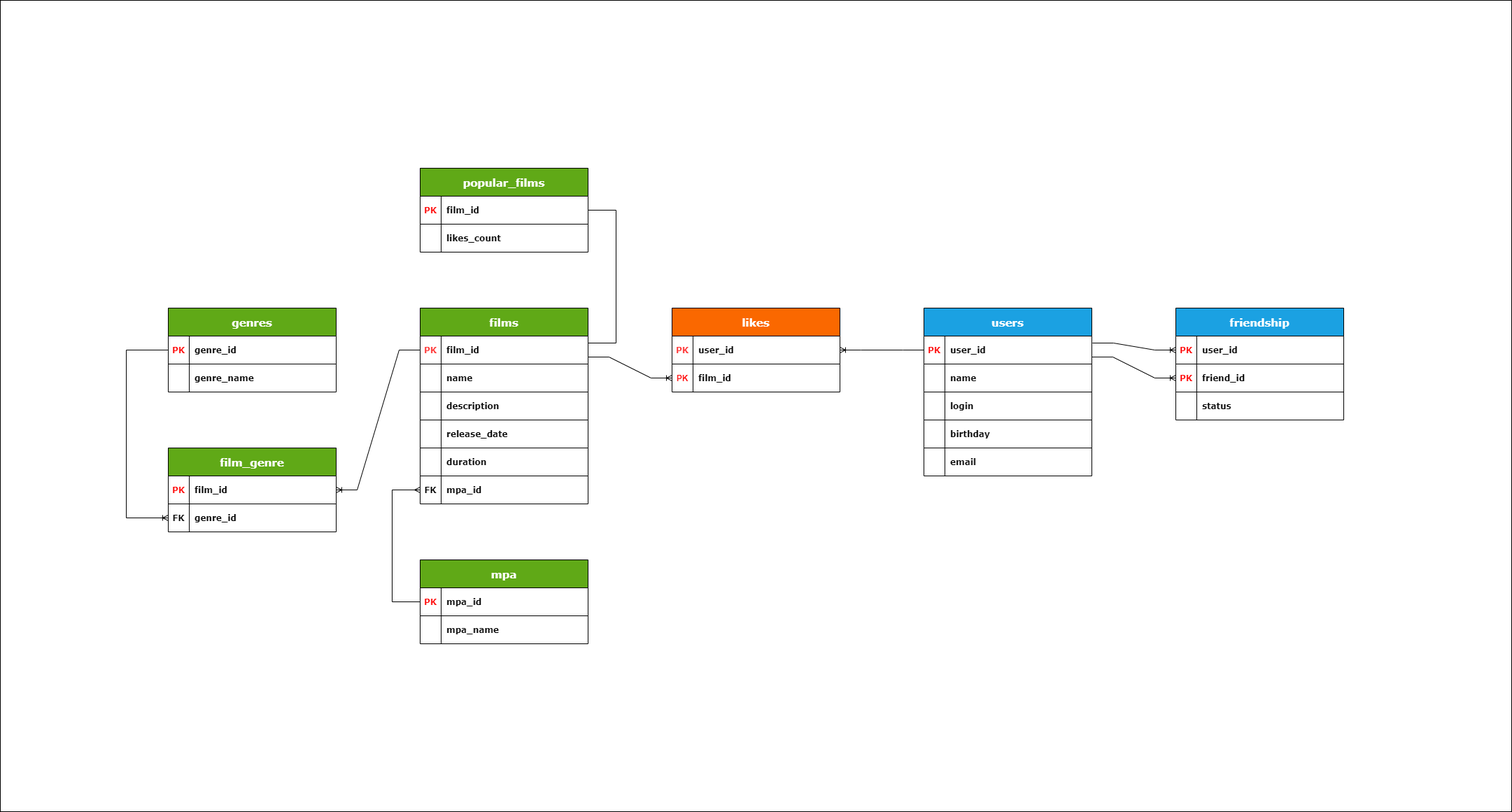
This is Diagram Filmorate.png from SergeiBrin/java-filmorate, a draw.io export, as it was before one commit. Source tidied: cells renumbered, new cells last; positions are measured from the earlier drawing's top-left corner, leaving out a move shared by most shapes.
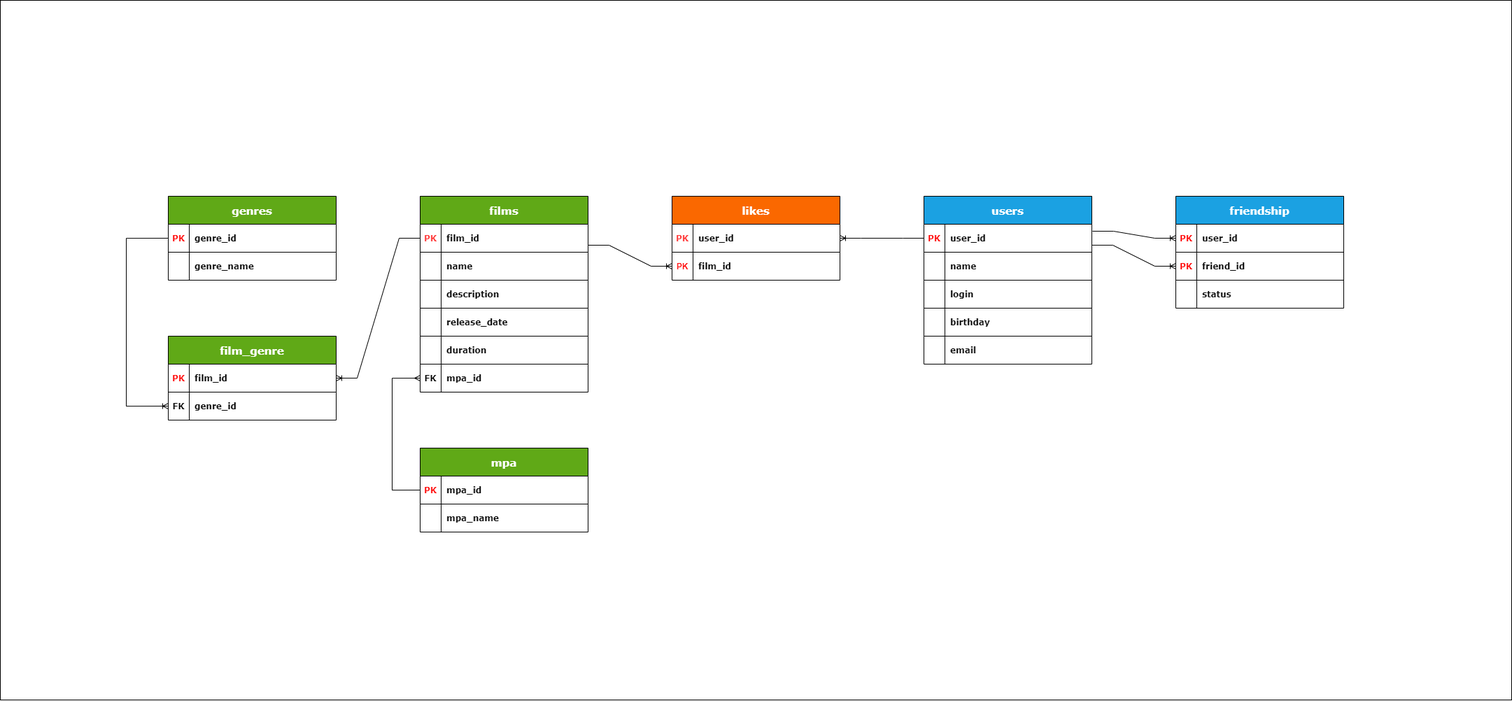
Above is the later version.

The edit, as a diff of the source:
```diff
@@ -3,7 +3,7 @@
     <mxCell id="0" />
     <mxCell id="1" parent="0" />
     <mxCell id="2" style="rounded=0;whiteSpace=wrap;html=1;labelBackgroundColor=none;labelBorderColor=default;sketch=0;strokeColor=default;fontFamily=Verdana;fontSize=15;fontColor=none;startSize=30;noLabel=1;fillColor=default;" parent="1" vertex="1">
-      <mxGeometry width="2160" height="1160" as="geometry" />
+      <mxGeometry y="160" width="2160" height="1000" as="geometry" />
     </mxCell>
     <mxCell id="3" value="users" style="shape=table;startSize=40;rowLines=1;fontStyle=1;align=center;resizeLastRow=1;fillColor=#1ba1e2;strokeColor=default;swimlaneLine=1;horizontal=1;swimlaneBody=1;swimlaneHead=1;overflow=visible;fixedWidth=0;perimeter=rectanglePerimeter;top=1;perimeterSpacing=0;rounded=0;labelBackgroundColor=none;labelBorderColor=none;fontFamily=Verdana;fontSize=15;fontColor=#ffffff;" parent="1" vertex="1">
       <mxGeometry x="1320" y="440" width="240" height="240" as="geometry" />
@@ -190,27 +190,6 @@
     <mxCell id="62" value="status" style="shape=partialRectangle;overflow=hidden;fillColor=none;top=0;left=0;bottom=0;right=0;align=left;spacingLeft=6;fontFamily=Verdana;fontStyle=1;" parent="60" vertex="1">
       <mxGeometry x="30" width="210" height="40" as="geometry" />
     </mxCell>
-    <mxCell id="63" value="popular_films" style="shape=table;startSize=40;rowLines=1;fontStyle=1;align=center;resizeLastRow=1;fillColor=#60a917;strokeColor=default;fontColor=#FFFFFF;swimlaneLine=1;horizontal=1;swimlaneBody=1;swimlaneHead=1;overflow=visible;fixedWidth=0;perimeter=rectanglePerimeter;top=1;perimeterSpacing=0;rounded=0;labelBackgroundColor=none;labelBorderColor=none;fontFamily=Verdana;fontSize=15;" parent="1" vertex="1">
-      <mxGeometry x="600" y="240" width="240" height="120" as="geometry" />
-    </mxCell>
-    <mxCell id="64" style="shape=partialRectangle;fillColor=none;points=[[0,0.5],[1,0.5]];portConstraint=eastwest;top=0;left=0;right=0;bottom=1;" parent="63" vertex="1">
-      <mxGeometry y="40" width="240" height="40" as="geometry" />
-    </mxCell>
-    <mxCell id="65" value="PK" style="shape=partialRectangle;overflow=hidden;fillColor=none;top=0;left=0;bottom=0;right=0;fontStyle=1;fontFamily=Verdana;fontColor=#FF0000;" parent="64" vertex="1">
-      <mxGeometry width="30" height="40" as="geometry" />
-    </mxCell>
-    <mxCell id="66" value="film_id" style="shape=partialRectangle;overflow=hidden;fillColor=none;top=0;left=0;bottom=0;right=0;align=left;spacingLeft=6;fontStyle=1;fontSize=12;fontFamily=Verdana;" parent="64" vertex="1">
-      <mxGeometry x="30" width="210" height="40" as="geometry" />
-    </mxCell>
-    <mxCell id="67" style="shape=partialRectangle;fillColor=none;top=0;left=0;right=0;bottom=0;" parent="63" vertex="1">
-      <mxGeometry y="80" width="240" height="40" as="geometry" />
-    </mxCell>
-    <mxCell id="68" style="shape=partialRectangle;overflow=hidden;fillColor=none;top=0;left=0;bottom=0;right=0;fontStyle=1;fontFamily=Verdana;" parent="67" vertex="1">
-      <mxGeometry width="30" height="40" as="geometry" />
-    </mxCell>
-    <mxCell id="69" value="likes_count" style="shape=partialRectangle;overflow=hidden;fillColor=none;top=0;left=0;bottom=0;right=0;align=left;spacingLeft=6;fontFamily=Verdana;fontStyle=1;" parent="67" vertex="1">
-      <mxGeometry x="30" width="210" height="40" as="geometry" />
-    </mxCell>
     <mxCell id="70" value="film_genre" style="shape=table;startSize=40;rowLines=1;fontStyle=1;align=center;resizeLastRow=1;fillColor=#60a917;strokeColor=default;fontColor=#FFFFFF;swimlaneLine=1;horizontal=1;swimlaneBody=1;swimlaneHead=1;overflow=visible;fixedWidth=0;perimeter=rectanglePerimeter;top=1;perimeterSpacing=0;rounded=0;labelBackgroundColor=none;labelBorderColor=none;fontFamily=Verdana;fontSize=15;" parent="1" vertex="1">
       <mxGeometry x="240" y="640" width="240" height="120" as="geometry" />
     </mxCell>
@@ -243,15 +222,6 @@
     <mxCell id="78" style="edgeStyle=entityRelationEdgeStyle;fontSize=12;html=1;endArrow=ERoneToMany;rounded=0;fontFamily=Verdana;fontColor=default;startSize=30;elbow=vertical;exitX=0;exitY=0.5;exitDx=0;exitDy=0;entryX=1;entryY=0.5;entryDx=0;entryDy=0;" parent="1" edge="1" source="20" target="71">
       <mxGeometry relative="1" as="geometry" />
     </mxCell>
-    <mxCell id="79" style="endArrow=none;html=1;rounded=0;fontFamily=Verdana;fontSize=15;fontColor=default;startSize=30;elbow=vertical;edgeStyle=orthogonalEdgeStyle;exitX=1;exitY=0.5;exitDx=0;exitDy=0;" parent="1" edge="1" source="64">
-      <mxGeometry relative="1" as="geometry">
-        <mxPoint x="840" y="490" as="targetPoint" />
-        <Array as="points">
-          <mxPoint x="880" y="300" />
-          <mxPoint x="880" y="490" />
-        </Array>
-      </mxGeometry>
-    </mxCell>
     <mxCell id="80" value="likes" style="shape=table;startSize=40;rowLines=1;fontStyle=1;align=center;resizeLastRow=1;swimlaneLine=1;horizontal=1;swimlaneBody=1;swimlaneHead=1;overflow=visible;fixedWidth=0;perimeter=rectanglePerimeter;top=1;perimeterSpacing=0;rounded=0;labelBackgroundColor=none;labelBorderColor=none;fontFamily=Verdana;fontSize=15;fillColor=#fa6800;fontColor=#FFFFFF;strokeColor=default;" parent="1" vertex="1">
       <mxGeometry x="960" y="440" width="240" height="120" as="geometry" />
     </mxCell>
```
